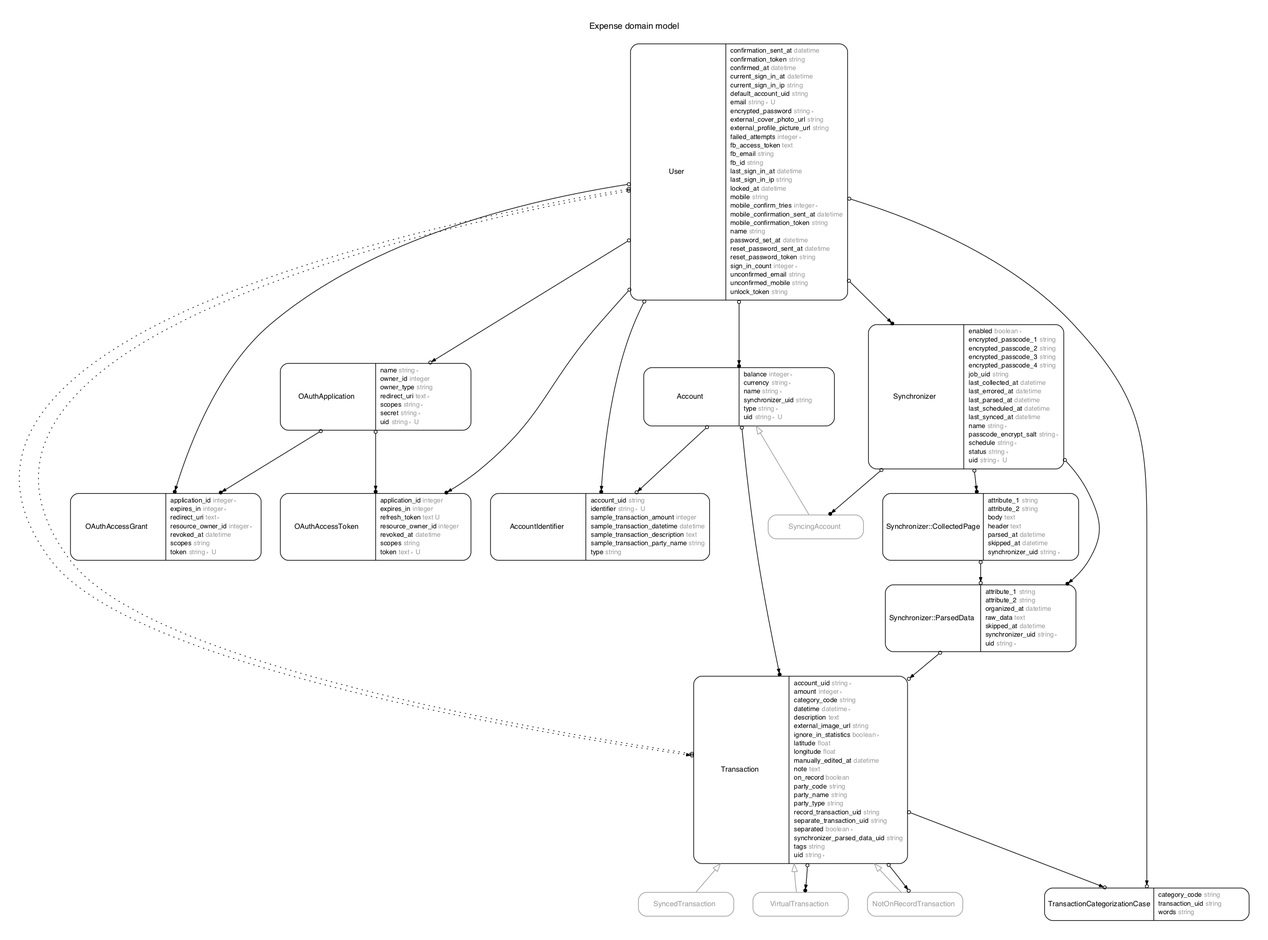
expenture/Expense keeps this Graphviz diagram as erd.png. Above is the earlier version. Its source is kept beside it as erd.dot.
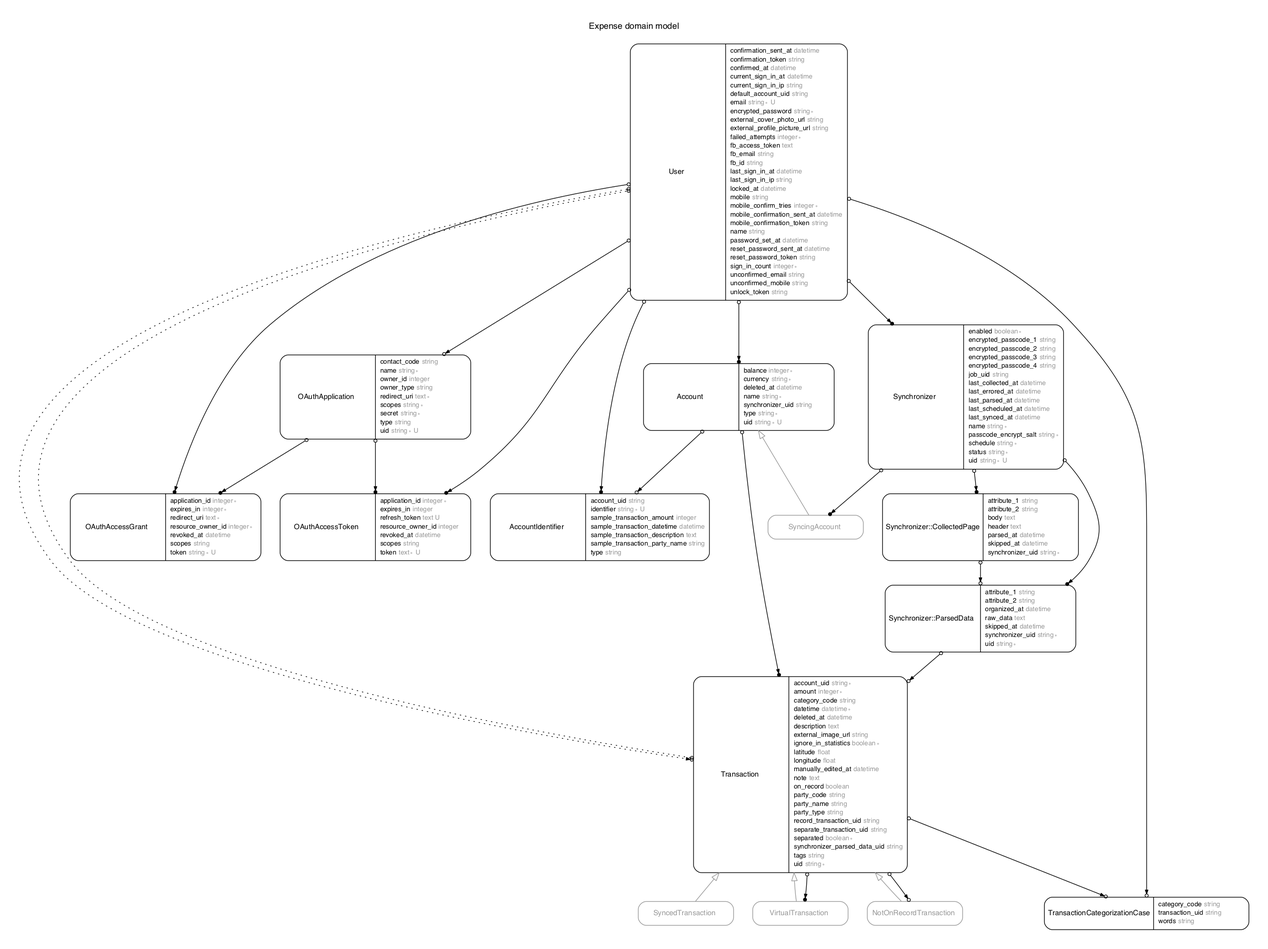
Later version of the same file.

What changed in the source:
```diff
@@ -19,6 +19,7 @@
 <table border="0" align="left" cellspacing="2" cellpadding="0" width="134">
   <tr><td align="left" width="130" port="balance">balance <font face="Arial ItalicMT" color="grey60">integer ∗</font></td></tr>
   <tr><td align="left" width="130" port="currency">currency <font face="Arial ItalicMT" color="grey60">string ∗</font></td></tr>
+  <tr><td align="left" width="130" port="deleted_at">deleted_at <font face="Arial ItalicMT" color="grey60">datetime</font></td></tr>
   <tr><td align="left" width="130" port="name">name <font face="Arial ItalicMT" color="grey60">string ∗</font></td></tr>
   <tr><td align="left" width="130" port="synchronizer_uid">synchronizer_uid <font face="Arial ItalicMT" color="grey60">string</font></td></tr>
   <tr><td align="left" width="130" port="type">type <font face="Arial ItalicMT" color="grey60">string ∗</font></td></tr>
@@ -62,7 +63,7 @@
 </table>
 |
 <table border="0" align="left" cellspacing="2" cellpadding="0" width="134">
-  <tr><td align="left" width="130" port="application_id">application_id <font face="Arial ItalicMT" color="grey60">integer</font></td></tr>
+  <tr><td align="left" width="130" port="application_id">application_id <font face="Arial ItalicMT" color="grey60">integer ∗</font></td></tr>
   <tr><td align="left" width="130" port="expires_in">expires_in <font face="Arial ItalicMT" color="grey60">integer</font></td></tr>
   <tr><td align="left" width="130" port="refresh_token">refresh_token <font face="Arial ItalicMT" color="grey60">text U</font></td></tr>
   <tr><td align="left" width="130" port="resource_owner_id">resource_owner_id <font face="Arial ItalicMT" color="grey60">integer</font></td></tr>
@@ -76,12 +77,14 @@
 </table>
 |
 <table border="0" align="left" cellspacing="2" cellpadding="0" width="134">
+  <tr><td align="left" width="130" port="contact_code">contact_code <font face="Arial ItalicMT" color="grey60">string</font></td></tr>
   <tr><td align="left" width="130" port="name">name <font face="Arial ItalicMT" color="grey60">string ∗</font></td></tr>
   <tr><td align="left" width="130" port="owner_id">owner_id <font face="Arial ItalicMT" color="grey60">integer</font></td></tr>
   <tr><td align="left" width="130" port="owner_type">owner_type <font face="Arial ItalicMT" color="grey60">string</font></td></tr>
   <tr><td align="left" width="130" port="redirect_uri">redirect_uri <font face="Arial ItalicMT" color="grey60">text ∗</font></td></tr>
   <tr><td align="left" width="130" port="scopes">scopes <font face="Arial ItalicMT" color="grey60">string ∗</font></td></tr>
   <tr><td align="left" width="130" port="secret">secret <font face="Arial ItalicMT" color="grey60">string ∗</font></td></tr>
+  <tr><td align="left" width="130" port="type">type <font face="Arial ItalicMT" color="grey60">string</font></td></tr>
   <tr><td align="left" width="130" port="uid">uid <font face="Arial ItalicMT" color="grey60">string ∗ U</font></td></tr>
 </table>
 >];
@@ -153,6 +156,7 @@
   <tr><td align="left" width="130" port="amount">amount <font face="Arial ItalicMT" color="grey60">integer ∗</font></td></tr>
   <tr><td align="left" width="130" port="category_code">category_code <font face="Arial ItalicMT" color="grey60">string</font></td></tr>
   <tr><td align="left" width="130" port="datetime">datetime <font face="Arial ItalicMT" color="grey60">datetime ∗</font></td></tr>
+  <tr><td align="left" width="130" port="deleted_at">deleted_at <font face="Arial ItalicMT" color="grey60">datetime</font></td></tr>
   <tr><td align="left" width="130" port="description">description <font face="Arial ItalicMT" color="grey60">text</font></td></tr>
   <tr><td align="left" width="130" port="external_image_url">external_image_url <font face="Arial ItalicMT" color="grey60">string</font></td></tr>
   <tr><td align="left" width="130" port="ignore_in_statistics">ignore_in_statistics <font face="Arial ItalicMT" color="grey60">boolean ∗</font></td></tr>
```
